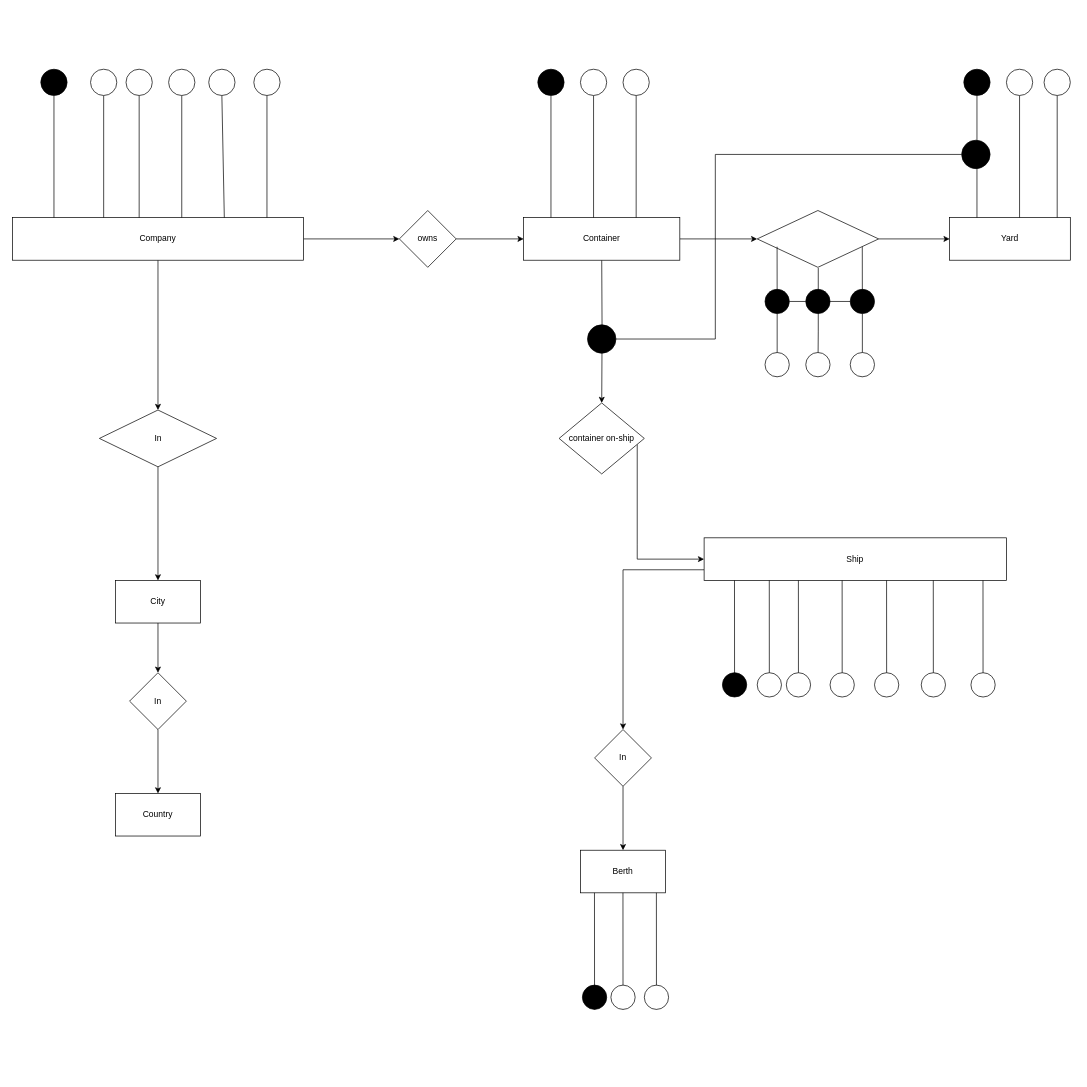
This is Assgn_1.drawio from TarinPairor/draw.io, a draw.io file, before an edit. Source tidied: cells renumbered, new cells numbered last; positions are measured from the earlier drawing's top-left corner, leaving out a move shared by most shapes. Both pictures are drawn from the tidied source at 71%, with x=0, y=0 at pixel (12, 69).
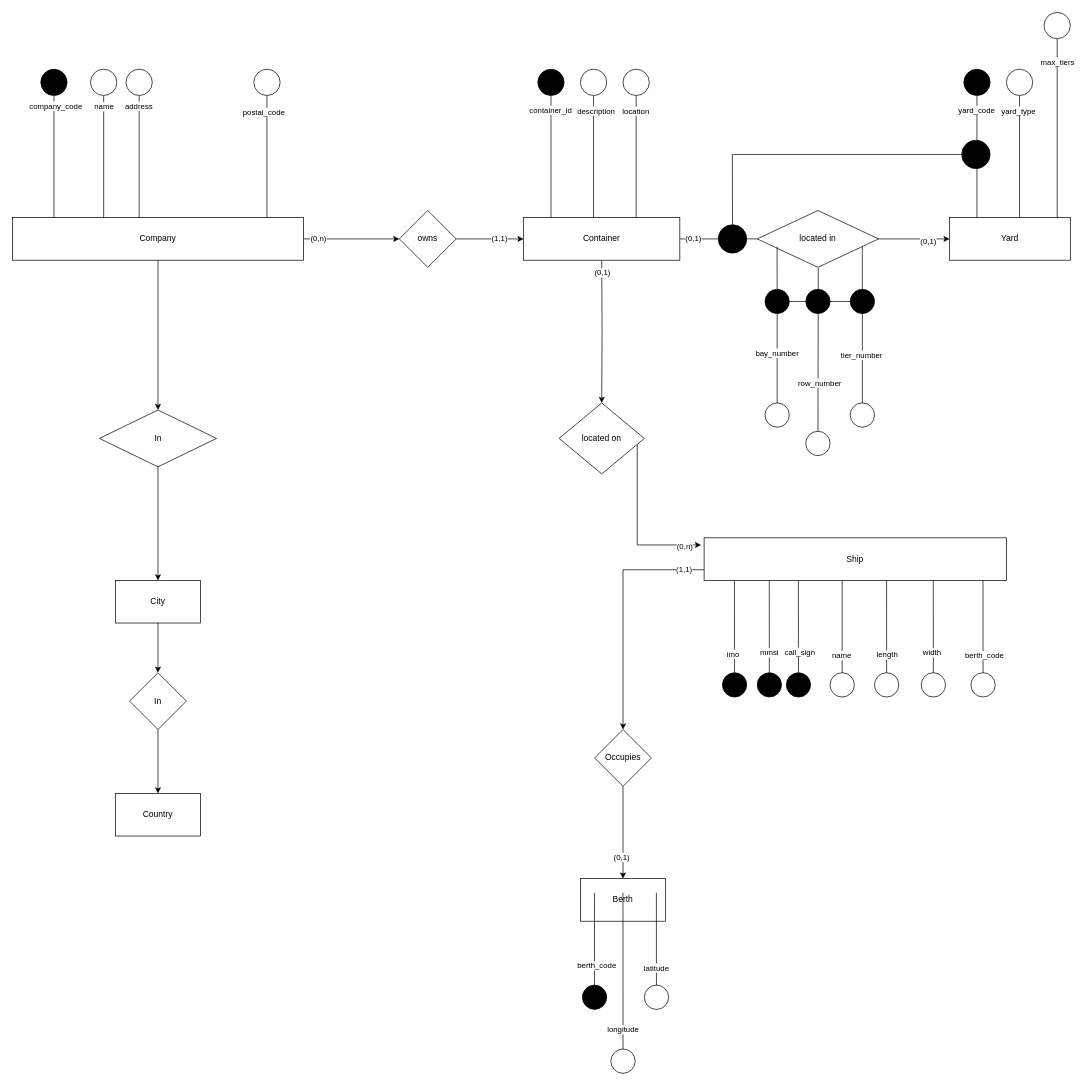
After the change.

The change refers to these unchanged cells:
```xml
<mxCell id="4" style="edgeStyle=orthogonalEdgeStyle;rounded=0;jettySize=auto;html=1;" parent="1" edge="1" source="6" target="18">
<mxCell id="6" value="Company" style="rounded=0;whiteSpace=wrap;html=1;" parent="1" vertex="1">
<mxCell id="7" style="endArrow=none;html=1;rounded=0;exitX=0.5;exitY=0;exitDx=0;exitDy=0;entryX=0;entryY=0.5;entryDx=0;entryDy=0;" parent="1" edge="1" target="8">
<mxCell id="11" style="endArrow=none;html=1;rounded=0;exitX=0.5;exitY=0;exitDx=0;exitDy=0;entryX=0;entryY=0.5;entryDx=0;entryDy=0;" parent="1" edge="1" target="12">
<mxCell id="13" style="endArrow=none;html=1;rounded=0;exitX=0.5;exitY=0;exitDx=0;exitDy=0;entryX=0;entryY=0.5;entryDx=0;entryDy=0;" parent="1" edge="1" target="14">
<mxCell id="15" style="endArrow=none;html=1;rounded=0;exitX=0.5;exitY=0;exitDx=0;exitDy=0;entryX=0;entryY=0.5;entryDx=0;entryDy=0;" parent="1" edge="1" target="16">
<mxCell id="17" style="edgeStyle=orthogonalEdgeStyle;rounded=0;jettySize=auto;html=1;" parent="1" edge="1" source="18" target="21">
<mxCell id="19" style="edgeStyle=orthogonalEdgeStyle;rounded=0;jettySize=auto;html=1;" parent="1" edge="1" target="29">
<mxCell id="21" value="Container" style="whiteSpace=wrap;html=1;rounded=0;" parent="1" vertex="1">
<mxCell id="22" style="endArrow=none;html=1;rounded=0;exitX=0.5;exitY=0;exitDx=0;exitDy=0;entryX=0;entryY=0.5;entryDx=0;entryDy=0;" parent="1" edge="1" target="23">
<mxCell id="24" style="endArrow=none;html=1;rounded=0;exitX=0.5;exitY=0;exitDx=0;exitDy=0;entryX=0;entryY=0.5;entryDx=0;entryDy=0;" parent="1" edge="1" target="25">
<mxCell id="26" style="endArrow=none;html=1;rounded=0;exitX=0.5;exitY=0;exitDx=0;exitDy=0;entryX=0;entryY=0.5;entryDx=0;entryDy=0;" parent="1" edge="1" target="27">
<mxCell id="30" style="edgeStyle=orthogonalEdgeStyle;rounded=0;jettySize=auto;html=1;exitX=0;exitY=0.75;exitDx=0;exitDy=0;" parent="1" edge="1" source="31" target="40">
<mxCell id="31" value="Ship" style="whiteSpace=wrap;html=1;rounded=0;" parent="1" vertex="1">
<mxCell id="39" style="edgeStyle=orthogonalEdgeStyle;rounded=0;jettySize=auto;html=1;" parent="1" edge="1" source="40" target="41">
<mxCell id="42" style="edgeStyle=orthogonalEdgeStyle;rounded=0;jettySize=auto;html=1;" parent="1" edge="1" source="43" target="44">
<mxCell id="45" style="endArrow=none;html=1;rounded=0;exitX=0.5;exitY=0;exitDx=0;exitDy=0;entryX=0;entryY=0.5;entryDx=0;entryDy=0;" parent="1" edge="1" target="46">
<mxCell id="47" style="endArrow=none;html=1;rounded=0;exitX=0.5;exitY=0;exitDx=0;exitDy=0;entryX=0;entryY=0.5;entryDx=0;entryDy=0;" parent="1" edge="1" target="48">
<mxCell id="49" style="endArrow=none;html=1;rounded=0;exitX=0.5;exitY=0;exitDx=0;exitDy=0;entryX=0;entryY=0.5;entryDx=0;entryDy=0;" parent="1" edge="1" target="50">
<mxCell id="52" style="ellipse;whiteSpace=wrap;html=1;fillColor=black;" parent="1" vertex="1">
<mxCell id="55" style="endArrow=none;html=1;rounded=0;entryX=0;entryY=0.5;entryDx=0;entryDy=0;" parent="1" edge="1" source="82" target="56">
<mxCell id="59" style="endArrow=none;html=1;rounded=0;entryX=0;entryY=0.5;entryDx=0;entryDy=0;" parent="1" edge="1" source="85" target="60">
<mxCell id="61" style="endArrow=none;html=1;rounded=0;entryX=0;entryY=0.5;entryDx=0;entryDy=0;" parent="1" edge="1" target="62">
<mxCell id="63" style="endArrow=none;html=1;rounded=0;entryX=0;entryY=0.5;entryDx=0;entryDy=0;" parent="1" edge="1" target="64">
<mxCell id="65" style="endArrow=none;html=1;rounded=0;entryX=0;entryY=0.5;entryDx=0;entryDy=0;" parent="1" edge="1" target="66">
<mxCell id="67" style="endArrow=none;html=1;rounded=0;entryX=0;entryY=0.5;entryDx=0;entryDy=0;" parent="1" edge="1" target="68">
<mxCell id="69" style="endArrow=none;html=1;rounded=0;entryX=0;entryY=0.5;entryDx=0;entryDy=0;" parent="1" edge="1" target="70">
<mxCell id="71" style="endArrow=none;html=1;rounded=0;entryX=0;entryY=0.5;entryDx=0;entryDy=0;" parent="1" edge="1" target="72">
<mxCell id="73" style="endArrow=none;html=1;rounded=0;entryX=0;entryY=0.5;entryDx=0;entryDy=0;" parent="1" edge="1" target="74">
<mxCell id="75" style="endArrow=none;html=1;rounded=0;entryX=0;entryY=0.5;entryDx=0;entryDy=0;" parent="1" edge="1" target="76">
<mxCell id="77" style="endArrow=none;html=1;rounded=0;entryX=0;entryY=0.5;entryDx=0;entryDy=0;" parent="1" edge="1" target="78">
<mxCell id="79" style="endArrow=none;html=1;rounded=0;entryX=0;entryY=0.5;entryDx=0;entryDy=0;" parent="1" edge="1" target="80">
```

The edit, as a diff of the source:
```diff
@@
-    <mxCell id="2" style="endArrow=none;html=1;rounded=0;exitX=0.728;exitY=0.042;exitDx=0;exitDy=0;entryX=0;entryY=0.5;entryDx=0;entryDy=0;exitPerimeter=0;" parent="1" edge="1" source="6" target="3">
-      <mxGeometry relative="1" as="geometry" />
-    </mxCell>
-    <mxCell id="3" style="ellipse;whiteSpace=wrap;html=1;rotation=-90;" parent="1" vertex="1">
-      <mxGeometry x="276.5" width="37" height="37" as="geometry" />
-    </mxCell>
@@
+    <mxCell id="88" value="(0,n)" style="edgeLabel;html=1;align=center;verticalAlign=middle;" parent="4" vertex="1">
+      <mxGeometry x="-0.7" relative="1" as="geometry">
+        <mxPoint y="-1" as="offset" />
+      </mxGeometry>
+    </mxCell>
@@
+    <mxCell id="89" value="postal_code" style="edgeLabel;html=1;align=center;verticalAlign=middle;" parent="7" vertex="1">
+      <mxGeometry x="0.72" y="5" relative="1" as="geometry">
+        <mxPoint y="-1" as="offset" />
+      </mxGeometry>
+    </mxCell>
@@
-    <mxCell id="9" style="endArrow=none;html=1;rounded=0;exitX=0.5;exitY=0;exitDx=0;exitDy=0;entryX=0;entryY=0.5;entryDx=0;entryDy=0;" parent="1" edge="1" target="10">
-      <mxGeometry relative="1" as="geometry">
-        <mxPoint x="238.5" y="209" as="sourcePoint" />
-      </mxGeometry>
-    </mxCell>
-    <mxCell id="10" style="ellipse;whiteSpace=wrap;html=1;rotation=-90;" parent="1" vertex="1">
-      <mxGeometry x="220" width="37" height="37" as="geometry" />
-    </mxCell>
@@
+    <mxCell id="90" value="address" style="edgeLabel;html=1;align=center;verticalAlign=middle;" parent="11" vertex="1">
+      <mxGeometry x="0.82" y="1" relative="1" as="geometry">
+        <mxPoint y="-1" as="offset" />
+      </mxGeometry>
+    </mxCell>
@@
+    <mxCell id="91" value="name" style="edgeLabel;html=1;align=center;verticalAlign=middle;" parent="13" vertex="1">
+      <mxGeometry x="0.81" relative="1" as="geometry">
+        <mxPoint y="-1" as="offset" />
+      </mxGeometry>
+    </mxCell>
@@
+    <mxCell id="92" value="company_code" style="edgeLabel;html=1;align=center;verticalAlign=middle;" parent="15" vertex="1">
+      <mxGeometry x="0.82" y="-2" relative="1" as="geometry">
+        <mxPoint y="-1" as="offset" />
+      </mxGeometry>
+    </mxCell>
@@
+    <mxCell id="93" value="(1,1)" style="edgeLabel;html=1;align=center;verticalAlign=middle;" parent="17" vertex="1">
+      <mxGeometry x="0.27" y="2" relative="1" as="geometry" />
+    </mxCell>
@@
-    <mxCell id="20" style="edgeStyle=orthogonalEdgeStyle;rounded=0;jettySize=auto;html=1;" parent="1" edge="1" source="21" target="43">
-      <mxGeometry relative="1" as="geometry" />
-    </mxCell>
+    <mxCell id="94" value="(0,1)" style="edgeLabel;html=1;align=center;verticalAlign=middle;" parent="19" vertex="1">
+      <mxGeometry x="-0.82" relative="1" as="geometry" />
+    </mxCell>
@@
+    <mxCell id="95" value="container_id" style="edgeLabel;html=1;align=center;verticalAlign=middle;" parent="22" vertex="1">
+      <mxGeometry x="0.76" y="1" relative="1" as="geometry">
+        <mxPoint y="-1" as="offset" />
+      </mxGeometry>
+    </mxCell>
@@
+    <mxCell id="96" value="description" style="edgeLabel;html=1;align=center;verticalAlign=middle;" parent="24" vertex="1">
+      <mxGeometry x="0.74" y="-3" relative="1" as="geometry">
+        <mxPoint y="-1" as="offset" />
+      </mxGeometry>
+    </mxCell>
@@
+    <mxCell id="97" value="location" style="edgeLabel;html=1;align=center;verticalAlign=middle;" parent="26" vertex="1">
+      <mxGeometry x="0.74" y="1" relative="1" as="geometry">
+        <mxPoint y="-1" as="offset" />
+      </mxGeometry>
+    </mxCell>
@@
-    <mxCell id="28" style="edgeStyle=orthogonalEdgeStyle;rounded=0;jettySize=auto;html=1;" parent="1" edge="1" source="29" target="31">
+    <mxCell id="28" style="edgeStyle=orthogonalEdgeStyle;rounded=0;jettySize=auto;html=1;" parent="1" edge="1" source="29">
       <mxGeometry relative="1" as="geometry">
+        <mxPoint x="970" y="670" as="targetPoint" />
         <Array as="points">
           <mxPoint x="880" y="670" />
           <mxPoint x="880" y="670" />
         </Array>
       </mxGeometry>
     </mxCell>
+    <mxCell id="98" value="(0,n)" style="edgeLabel;html=1;align=center;verticalAlign=middle;" parent="28" vertex="1">
+      <mxGeometry x="0.8" y="-1" relative="1" as="geometry" />
+    </mxCell>
-    <mxCell id="29" value="container on-ship" style="rhombus;whiteSpace=wrap;html=1;rounded=0;" parent="1" vertex="1">
+    <mxCell id="29" value="located on" style="rhombus;whiteSpace=wrap;html=1;rounded=0;" parent="1" vertex="1">
       <mxGeometry x="770" y="470" width="120" height="100" as="geometry" />
     </mxCell>
@@
+    <mxCell id="99" value="(1,1)" style="edgeLabel;html=1;align=center;verticalAlign=middle;" parent="30" vertex="1">
+      <mxGeometry x="-0.83" y="-1" relative="1" as="geometry" />
+    </mxCell>
@@
+    <mxCell id="100" value="(0,1)" style="edgeLabel;html=1;align=center;verticalAlign=middle;" parent="39" vertex="1">
+      <mxGeometry x="0.52" y="-3" relative="1" as="geometry" />
+    </mxCell>
-    <mxCell id="40" value="In" style="rhombus;whiteSpace=wrap;html=1;rounded=0;" parent="1" vertex="1">
+    <mxCell id="40" value="Occupies" style="rhombus;whiteSpace=wrap;html=1;rounded=0;" parent="1" vertex="1">
       <mxGeometry x="820" y="930" width="80" height="80" as="geometry" />
     </mxCell>
     <mxCell id="41" value="Berth" style="whiteSpace=wrap;html=1;rounded=0;" parent="1" vertex="1">
-      <mxGeometry x="800" y="1100" width="120" height="60" as="geometry" />
+      <mxGeometry x="800" y="1140" width="120" height="60" as="geometry" />
     </mxCell>
@@
+    <mxCell id="101" value="(0,1)" style="edgeLabel;html=1;align=center;verticalAlign=middle;" parent="42" vertex="1">
+      <mxGeometry x="0.38" y="-2" relative="1" as="geometry" />
+    </mxCell>
-    <mxCell id="43" style="rhombus;whiteSpace=wrap;html=1;rounded=0;" parent="1" vertex="1">
+    <mxCell id="43" value="located in" style="rhombus;whiteSpace=wrap;html=1;rounded=0;" parent="1" vertex="1">
       <mxGeometry x="1049" y="199" width="171" height="80" as="geometry" />
     </mxCell>
@@
+    <mxCell id="102" value="max_tiers" style="edgeLabel;html=1;align=center;verticalAlign=middle;" parent="45" vertex="1">
+      <mxGeometry x="0.74" relative="1" as="geometry">
+        <mxPoint y="-1" as="offset" />
+      </mxGeometry>
+    </mxCell>
     <mxCell id="46" style="ellipse;whiteSpace=wrap;html=1;rotation=-90;" parent="1" vertex="1">
-      <mxGeometry x="1453" width="37" height="37" as="geometry" />
+      <mxGeometry x="1453" y="-80" width="37" height="37" as="geometry" />
     </mxCell>
@@
+    <mxCell id="103" value="yard_type" style="edgeLabel;html=1;align=center;verticalAlign=middle;" parent="47" vertex="1">
+      <mxGeometry x="0.74" y="2" relative="1" as="geometry">
+        <mxPoint y="-1" as="offset" />
+      </mxGeometry>
+    </mxCell>
@@
+    <mxCell id="104" value="yard_code" style="edgeLabel;html=1;align=center;verticalAlign=middle;" parent="49" vertex="1">
+      <mxGeometry x="0.75" y="1" relative="1" as="geometry">
+        <mxPoint y="-1" as="offset" />
+      </mxGeometry>
+    </mxCell>
@@
-    <mxCell id="51" style="endArrow=none;html=1;rounded=0;" parent="1" edge="1" source="54" target="52">
-      <mxGeometry relative="1" as="geometry">
-        <Array as="points">
-          <mxPoint x="990" y="380" />
-          <mxPoint x="990" y="120" />
-        </Array>
-      </mxGeometry>
-    </mxCell>
@@
-    <mxCell id="53" style="endArrow=none;html=1;rounded=0;" parent="1" edge="1" target="54">
+    <mxCell id="53" style="endArrow=none;html=1;rounded=0;" parent="1" edge="1">
       <mxGeometry relative="1" as="geometry">
         <mxPoint x="830" y="380" as="sourcePoint" />
+        <mxPoint x="830" y="380" as="targetPoint" />
       </mxGeometry>
     </mxCell>
-    <mxCell id="54" style="ellipse;whiteSpace=wrap;html=1;fillColor=black;" parent="1" vertex="1">
-      <mxGeometry x="810" y="360" width="40" height="40" as="geometry" />
-    </mxCell>
@@
+    <mxCell id="105" value="bay_number" style="edgeLabel;html=1;align=center;verticalAlign=middle;" parent="55" vertex="1">
+      <mxGeometry x="-0.31" y="-1" relative="1" as="geometry" />
+    </mxCell>
     <mxCell id="56" style="ellipse;whiteSpace=wrap;html=1;rotation=-90;" parent="1" vertex="1">
-      <mxGeometry x="1060" y="399" width="34.2" height="34.2" as="geometry" />
+      <mxGeometry x="1060" y="470" width="34.2" height="34.2" as="geometry" />
     </mxCell>
     <mxCell id="57" style="endArrow=none;html=1;rounded=0;entryX=0;entryY=0.5;entryDx=0;entryDy=0;" parent="1" edge="1" target="58">
       <mxGeometry relative="1" as="geometry">
         <mxPoint x="1135" y="280" as="sourcePoint" />
-        <Array as="points">
-          <mxPoint x="1135" y="370" />
-        </Array>
       </mxGeometry>
     </mxCell>
+    <mxCell id="106" value="row_number" style="edgeLabel;html=1;align=center;verticalAlign=middle;" parent="57" vertex="1">
+      <mxGeometry x="0.22" y="2" relative="1" as="geometry" />
+    </mxCell>
     <mxCell id="58" style="ellipse;whiteSpace=wrap;html=1;rotation=-90;" parent="1" vertex="1">
-      <mxGeometry x="1117.4" y="399" width="34.2" height="34.2" as="geometry" />
+      <mxGeometry x="1117.4" y="510" width="34.2" height="34.2" as="geometry" />
     </mxCell>
@@
+    <mxCell id="107" value="tier_number" style="edgeLabel;html=1;align=center;verticalAlign=middle;" parent="59" vertex="1">
+      <mxGeometry x="-0.29" y="-2" relative="1" as="geometry">
+        <mxPoint y="1" as="offset" />
+      </mxGeometry>
+    </mxCell>
     <mxCell id="60" style="ellipse;whiteSpace=wrap;html=1;rotation=-90;" parent="1" vertex="1">
-      <mxGeometry x="1180" y="399" width="34.2" height="34.2" as="geometry" />
+      <mxGeometry x="1180" y="470" width="34.2" height="34.2" as="geometry" />
     </mxCell>
@@
+    <mxCell id="108" value="berth_code" style="edgeLabel;html=1;align=center;verticalAlign=middle;" parent="61" vertex="1">
+      <mxGeometry x="0.25" y="3" relative="1" as="geometry" />
+    </mxCell>
@@
+    <mxCell id="109" value="longitude" style="edgeLabel;html=1;align=center;verticalAlign=middle;" parent="63" vertex="1">
+      <mxGeometry x="0.52" relative="1" as="geometry" />
+    </mxCell>
     <mxCell id="64" style="ellipse;whiteSpace=wrap;html=1;rotation=-90;" parent="1" vertex="1">
-      <mxGeometry x="842.9" y="1290" width="34.2" height="34.2" as="geometry" />
+      <mxGeometry x="842.9" y="1380" width="34.2" height="34.2" as="geometry" />
     </mxCell>
@@
+    <mxCell id="110" value="latitude" style="edgeLabel;html=1;align=center;verticalAlign=middle;" parent="65" vertex="1">
+      <mxGeometry x="0.28" y="-1" relative="1" as="geometry" />
+    </mxCell>
@@
+    <mxCell id="111" value="imo" style="edgeLabel;html=1;align=center;verticalAlign=middle;" parent="67" vertex="1">
+      <mxGeometry x="0.26" y="-3" relative="1" as="geometry" />
+    </mxCell>
@@
+    <mxCell id="112" value="mmsi" style="edgeLabel;html=1;align=center;verticalAlign=middle;" parent="69" vertex="1">
+      <mxGeometry x="0.23" y="-1" relative="1" as="geometry" />
+    </mxCell>
-    <mxCell id="70" style="ellipse;whiteSpace=wrap;html=1;rotation=-90;" parent="1" vertex="1">
+    <mxCell id="70" style="ellipse;whiteSpace=wrap;html=1;rotation=-90;fillColor=black;" parent="1" vertex="1">
       <mxGeometry x="1049" y="850" width="34.2" height="34.2" as="geometry" />
     </mxCell>
@@
+    <mxCell id="113" value="call_sign" style="edgeLabel;html=1;align=center;verticalAlign=middle;" parent="71" vertex="1">
+      <mxGeometry x="0.23" y="1" relative="1" as="geometry" />
+    </mxCell>
-    <mxCell id="72" style="ellipse;whiteSpace=wrap;html=1;rotation=-90;" parent="1" vertex="1">
+    <mxCell id="72" style="ellipse;whiteSpace=wrap;html=1;rotation=-90;fillColor=black;" parent="1" vertex="1">
       <mxGeometry x="1090" y="850" width="34.2" height="34.2" as="geometry" />
     </mxCell>
@@
+    <mxCell id="114" value="name" style="edgeLabel;html=1;align=center;verticalAlign=middle;" parent="73" vertex="1">
+      <mxGeometry x="0.28" y="-1" relative="1" as="geometry" />
+    </mxCell>
@@
+    <mxCell id="115" value="length" style="edgeLabel;html=1;align=center;verticalAlign=middle;" parent="75" vertex="1">
+      <mxGeometry x="0.28" relative="1" as="geometry" />
+    </mxCell>
@@
+    <mxCell id="116" value="width" style="edgeLabel;html=1;align=center;verticalAlign=middle;" parent="77" vertex="1">
+      <mxGeometry x="0.23" y="-3" relative="1" as="geometry" />
+    </mxCell>
@@
+    <mxCell id="117" value="berth_code" style="edgeLabel;html=1;align=center;verticalAlign=middle;" parent="79" vertex="1">
+      <mxGeometry x="0.29" y="1" relative="1" as="geometry" />
+    </mxCell>
@@
+    <mxCell id="118" style="endArrow=none;html=1;rounded=0;entryX=0;entryY=0.5;entryDx=0;entryDy=0;exitX=0.5;exitY=0;exitDx=0;exitDy=0;" parent="1" edge="1" source="119" target="52">
+      <mxGeometry relative="1" as="geometry">
+        <Array as="points">
+          <mxPoint x="1014" y="120" />
+        </Array>
+      </mxGeometry>
+    </mxCell>
+    <mxCell id="119" style="ellipse;whiteSpace=wrap;html=1;fillColor=black;" parent="1" vertex="1">
+      <mxGeometry x="994.2" y="219" width="40" height="40" as="geometry" />
+    </mxCell>
+    <mxCell id="120" style="endArrow=none;html=1;rounded=0;entryX=0;entryY=0.5;entryDx=0;entryDy=0;exitX=1;exitY=0.5;exitDx=0;exitDy=0;" parent="1" edge="1" source="21" target="119">
+      <mxGeometry relative="1" as="geometry" />
+    </mxCell>
+    <mxCell id="121" value="(0,1)" style="edgeLabel;html=1;align=center;verticalAlign=middle;" parent="120" vertex="1">
+      <mxGeometry x="-0.33" y="1" relative="1" as="geometry" />
+    </mxCell>
+    <mxCell id="122" style="endArrow=none;html=1;rounded=0;entryX=0;entryY=0.5;entryDx=0;entryDy=0;exitX=1;exitY=0.5;exitDx=0;exitDy=0;" parent="1" edge="1" target="43">
+      <mxGeometry relative="1" as="geometry">
+        <mxPoint x="1010" y="238.7" as="sourcePoint" />
+      </mxGeometry>
+    </mxCell>
```
